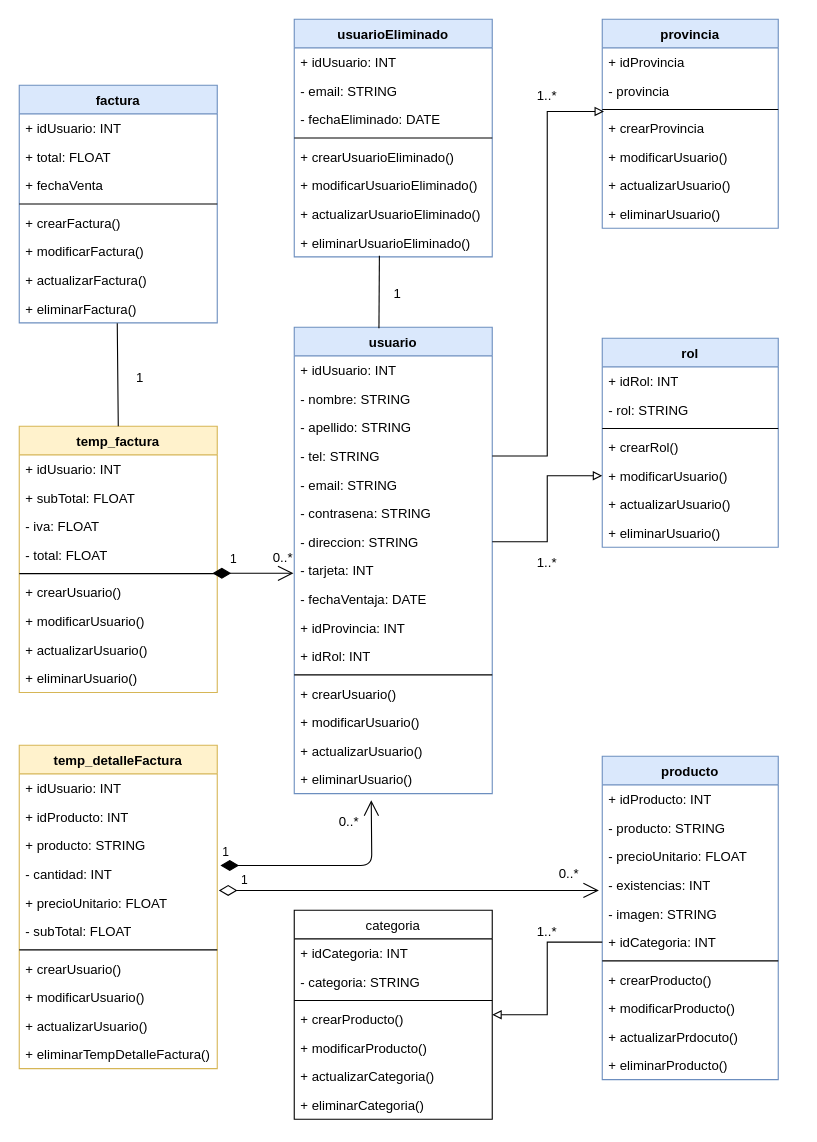
This is drawIo/Dule_Oracle_Class_Diagram.drawio from TanaStorm/Dule_Oracle, a draw.io file, before an edit. Source tidied: cells renumbered, new cells numbered last; positions are measured from the earlier drawing's top-left corner, leaving out a move shared by most shapes. Both pictures are drawn from the tidied source at 110%, with x=0, y=0 at pixel (19, 19).
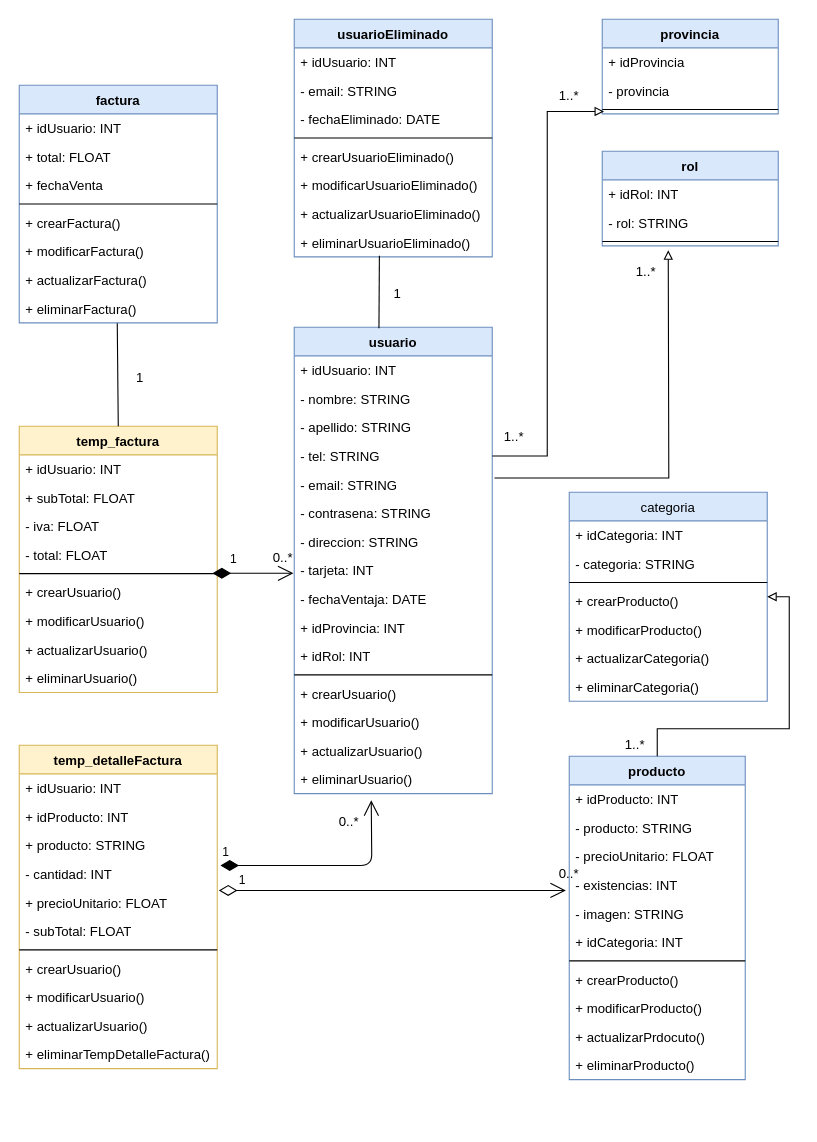
The same page after the edit.

The change refers to these unchanged cells:
```xml
<mxCell id="16" value="- email: STRING " style="text;strokeColor=none;fillColor=none;align=left;verticalAlign=top;spacingLeft=4;spacingRight=4;overflow=hidden;points=[[0,0.5],[1,0.5]];portConstraint=eastwest;" parent="11" vertex="1">
  <mxGeometry y="130" width="180" height="26" as="geometry" />
</mxCell>
<mxCell id="18" value="- direccion: STRING " style="text;strokeColor=none;fillColor=none;align=left;verticalAlign=top;spacingLeft=4;spacingRight=4;overflow=hidden;points=[[0,0.5],[1,0.5]];portConstraint=eastwest;" parent="11" vertex="1">
  <mxGeometry y="182" width="180" height="26" as="geometry" />
</mxCell>
<mxCell id="34" value="+ idCategoria: INT" style="text;strokeColor=none;fillColor=none;align=left;verticalAlign=top;spacingLeft=4;spacingRight=4;overflow=hidden;points=[[0,0.5],[1,0.5]];portConstraint=eastwest;" parent="28" vertex="1">
  <mxGeometry y="156" width="160" height="26" as="geometry" />
</mxCell>
```

The edit, as a diff of the source:
```diff
@@
     <mxCell id="28" value="producto" style="swimlane;fontStyle=1;align=center;verticalAlign=top;horizontal=1;startSize=26;fillColor=#dae8fc;strokeColor=#6c8ebf;" parent="1" vertex="1">
-      <mxGeometry x="530" y="670" width="160" height="294" as="geometry" />
+      <mxGeometry x="500" y="670" width="160" height="294" as="geometry" />
     </mxCell>
@@
     <mxCell id="61" value="provincia" style="swimlane;fontStyle=1;align=center;verticalAlign=top;horizontal=1;startSize=26;fillColor=#dae8fc;strokeColor=#6c8ebf;" parent="1" vertex="1">
-      <mxGeometry x="530" width="160" height="190" as="geometry" />
+      <mxGeometry x="530" width="160" height="86" as="geometry" />
     </mxCell>
@@
-    <mxCell id="65" value="+ crearProvincia" style="text;strokeColor=none;fillColor=none;align=left;verticalAlign=top;spacingLeft=4;spacingRight=4;overflow=hidden;" parent="61" vertex="1">
-      <mxGeometry y="86" width="160" height="26" as="geometry" />
-    </mxCell>
-    <mxCell id="66" value="+ modificarUsuario()" style="text;strokeColor=none;fillColor=none;align=left;verticalAlign=top;spacingLeft=4;spacingRight=4;overflow=hidden;" parent="61" vertex="1">
-      <mxGeometry y="112" width="160" height="26" as="geometry" />
-    </mxCell>
-    <mxCell id="67" value="+ actualizarUsuario()" style="text;strokeColor=none;fillColor=none;align=left;verticalAlign=top;spacingLeft=4;spacingRight=4;overflow=hidden;" parent="61" vertex="1">
-      <mxGeometry y="138" width="160" height="26" as="geometry" />
-    </mxCell>
-    <mxCell id="68" value="+ eliminarUsuario()" style="text;strokeColor=none;fillColor=none;align=left;verticalAlign=top;spacingLeft=4;spacingRight=4;overflow=hidden;" parent="61" vertex="1">
-      <mxGeometry y="164" width="160" height="26" as="geometry" />
-    </mxCell>
     <mxCell id="69" value="rol" style="swimlane;fontStyle=1;align=center;verticalAlign=top;horizontal=1;startSize=26;fillColor=#dae8fc;strokeColor=#6c8ebf;" parent="1" vertex="1">
-      <mxGeometry x="530" y="290" width="160" height="190" as="geometry" />
+      <mxGeometry x="530" y="120" width="160" height="86" as="geometry" />
     </mxCell>
@@
-    <mxCell id="73" value="+ crearRol()" style="text;strokeColor=none;fillColor=none;align=left;verticalAlign=top;spacingLeft=4;spacingRight=4;overflow=hidden;" parent="69" vertex="1">
-      <mxGeometry y="86" width="160" height="26" as="geometry" />
-    </mxCell>
-    <mxCell id="74" value="+ modificarUsuario()" style="text;strokeColor=none;fillColor=none;align=left;verticalAlign=top;spacingLeft=4;spacingRight=4;overflow=hidden;points=[[0,0.5],[1,0.5]];portConstraint=eastwest;" parent="69" vertex="1">
-      <mxGeometry y="112" width="160" height="26" as="geometry" />
-    </mxCell>
-    <mxCell id="75" value="+ actualizarUsuario()" style="text;strokeColor=none;fillColor=none;align=left;verticalAlign=top;spacingLeft=4;spacingRight=4;overflow=hidden;" parent="69" vertex="1">
-      <mxGeometry y="138" width="160" height="26" as="geometry" />
-    </mxCell>
-    <mxCell id="76" value="+ eliminarUsuario()" style="text;strokeColor=none;fillColor=none;align=left;verticalAlign=top;spacingLeft=4;spacingRight=4;overflow=hidden;" parent="69" vertex="1">
-      <mxGeometry y="164" width="160" height="26" as="geometry" />
-    </mxCell>
@@
-    <mxCell id="88" value="categoria" style="swimlane;fontStyle=0;horizontal=1;startSize=26;fillColor=none;" parent="1" vertex="1">
-      <mxGeometry x="250" y="810" width="180" height="190" as="geometry" />
+    <mxCell id="88" value="categoria" style="swimlane;fontStyle=0;horizontal=1;startSize=26;fillColor=#dae8fc;strokeColor=#6c8ebf;" parent="1" vertex="1">
+      <mxGeometry x="500" y="430" width="180" height="190" as="geometry" />
     </mxCell>
@@
-    <mxCell id="96" style="edgeStyle=orthogonalEdgeStyle;rounded=0;jettySize=auto;html=1;entryX=1;entryY=0.5;entryDx=0;entryDy=0;endArrow=block;endFill=0;" parent="1" edge="1" source="34" target="88">
+    <mxCell id="96" style="edgeStyle=orthogonalEdgeStyle;rounded=0;jettySize=auto;html=1;entryX=1;entryY=0.5;entryDx=0;entryDy=0;endArrow=block;endFill=0;exitX=0.5;exitY=0;exitDx=0;exitDy=0;" parent="1" edge="1" source="28" target="88">
       <mxGeometry relative="1" as="geometry" />
     </mxCell>
-    <mxCell id="97" value="1..*" style="text;html=1;strokeColor=none;fillColor=none;align=center;verticalAlign=middle;whiteSpace=wrap;rounded=0;" parent="1" vertex="1">
-      <mxGeometry x="460" y="820" width="40" height="20" as="geometry" />
-    </mxCell>
-    <mxCell id="98" style="edgeStyle=orthogonalEdgeStyle;rounded=0;jettySize=auto;html=1;entryX=0;entryY=0.5;entryDx=0;entryDy=0;endArrow=block;endFill=0;" parent="1" edge="1" source="18" target="74">
-      <mxGeometry relative="1" as="geometry" />
+    <mxCell id="98" style="edgeStyle=orthogonalEdgeStyle;rounded=0;jettySize=auto;html=1;endArrow=block;endFill=0;exitX=1.011;exitY=0.269;exitDx=0;exitDy=0;exitPerimeter=0;" parent="1" edge="1" source="16">
+      <mxGeometry relative="1" as="geometry">
+        <mxPoint x="590" y="210" as="targetPoint" />
+      </mxGeometry>
     </mxCell>
@@
     <mxCell id="100" value="1..*" style="text;html=1;strokeColor=none;fillColor=none;align=center;verticalAlign=middle;whiteSpace=wrap;rounded=0;" parent="1" vertex="1">
-      <mxGeometry x="460" y="60" width="40" height="20" as="geometry" />
+      <mxGeometry x="480" y="60" width="40" height="20" as="geometry" />
     </mxCell>
     <mxCell id="101" value="1..*" style="text;html=1;strokeColor=none;fillColor=none;align=center;verticalAlign=middle;whiteSpace=wrap;rounded=0;" parent="1" vertex="1">
-      <mxGeometry x="460" y="484" width="40" height="20" as="geometry" />
+      <mxGeometry x="550" y="220" width="40" height="20" as="geometry" />
     </mxCell>
@@
+    <mxCell id="111" value="1..*" style="text;html=1;strokeColor=none;fillColor=none;align=center;verticalAlign=middle;whiteSpace=wrap;rounded=0;" parent="1" vertex="1">
+      <mxGeometry x="430" y="370" width="40" height="20" as="geometry" />
+    </mxCell>
+    <mxCell id="112" value="1..*" style="text;html=1;strokeColor=none;fillColor=none;align=center;verticalAlign=middle;whiteSpace=wrap;rounded=0;" parent="1" vertex="1">
+      <mxGeometry x="540" y="650" width="40" height="20" as="geometry" />
+    </mxCell>
```
